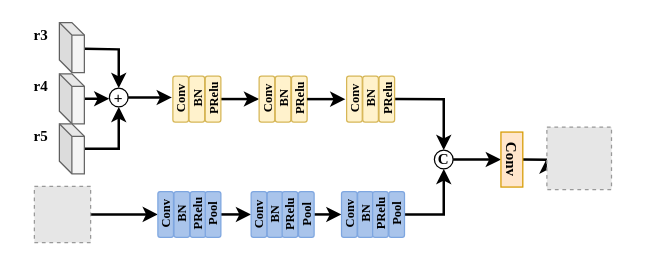
The draw.io diagram Depth eatimate.drawio in Hymhh/hymhh, before the edit. Source tidied: cells renumbered, new cells numbered last; positions are measured from the earlier drawing's top-left corner, leaving out a move shared by most shapes. Both pictures are drawn from the tidied source at 125%, with x=0, y=0 at pixel (21, 21). Pictures stored in the file or linked from it are replaced by grey dashed boxes.
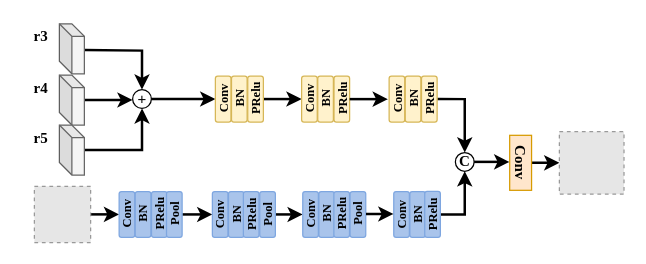
After the change.

What changed in the source:
```diff
@@
-    <mxCell id="2" style="edgeStyle=orthogonalEdgeStyle;rounded=0;jettySize=auto;html=1;exitX=1;exitY=0.5;exitDx=0;exitDy=0;strokeWidth=2;" parent="1" edge="1" source="3">
-      <mxGeometry relative="1" as="geometry">
-        <mxPoint x="120" y="60.4" as="targetPoint" />
-      </mxGeometry>
-    </mxCell>
+    <mxCell id="47" style="edgeStyle=orthogonalEdgeStyle;rounded=0;jettySize=auto;html=1;exitX=1;exitY=0.5;exitDx=0;exitDy=0;entryX=0.5;entryY=0;entryDx=0;entryDy=0;strokeColor=#000000;strokeWidth=2;" parent="1" edge="1" source="3" target="20">
+      <mxGeometry relative="1" as="geometry" />
+    </mxCell>
     <mxCell id="3" value="+" style="ellipse;whiteSpace=wrap;html=1;strokeColor=#000000;fillColor=none;" parent="1" vertex="1">
-      <mxGeometry x="70" y="53" width="15" height="15" as="geometry" />
+      <mxGeometry x="88.6" y="54.2" width="15" height="15" as="geometry" />
     </mxCell>
     <mxCell id="4" style="edgeStyle=orthogonalEdgeStyle;rounded=0;jettySize=auto;html=1;exitX=0;exitY=0;exitDx=20;exitDy=25;exitPerimeter=0;entryX=0.5;entryY=0;entryDx=0;entryDy=0;strokeColor=#000000;strokeWidth=2;" parent="1" edge="1" target="3">
       <mxGeometry relative="1" as="geometry">
-        <mxPoint x="50" y="21.5" as="sourcePoint" />
+        <mxPoint x="50" y="22.5" as="sourcePoint" />
       </mxGeometry>
     </mxCell>
-    <mxCell id="5" style="edgeStyle=orthogonalEdgeStyle;rounded=0;orthogonalLoop=1;jettySize=auto;html=1;exitX=0;exitY=0;exitDx=20;exitDy=25;exitPerimeter=0;strokeColor=#000000;strokeWidth=2;" parent="1" edge="1">
+    <mxCell id="5" style="edgeStyle=orthogonalEdgeStyle;rounded=0;jettySize=auto;html=1;exitX=0;exitY=0;exitDx=20;exitDy=25;exitPerimeter=0;strokeColor=#000000;strokeWidth=2;entryX=0;entryY=0.5;entryDx=0;entryDy=0;" parent="1" edge="1" target="3">
       <mxGeometry relative="1" as="geometry">
-        <mxPoint x="50" y="61.5" as="sourcePoint" />
-        <mxPoint x="70" y="61.6" as="targetPoint" />
+        <mxPoint x="50" y="62.5" as="sourcePoint" />
       </mxGeometry>
     </mxCell>
     <mxCell id="6" style="edgeStyle=orthogonalEdgeStyle;rounded=0;jettySize=auto;html=1;exitX=0;exitY=0;exitDx=20;exitDy=25;exitPerimeter=0;entryX=0.5;entryY=1;entryDx=0;entryDy=0;strokeColor=#000000;strokeWidth=2;" parent="1" edge="1" target="3">
       <mxGeometry relative="1" as="geometry">
-        <mxPoint x="50" y="101.5" as="sourcePoint" />
+        <mxPoint x="50" y="102.5" as="sourcePoint" />
         <Array as="points">
-          <mxPoint x="78" y="102" />
+          <mxPoint x="96" y="102" />
         </Array>
       </mxGeometry>
     </mxCell>
-    <mxCell id="7" style="edgeStyle=orthogonalEdgeStyle;rounded=0;jettySize=auto;html=1;exitX=1;exitY=0.5;exitDx=0;exitDy=0;strokeWidth=2;" parent="1" edge="1" source="8" target="13">
-      <mxGeometry relative="1" as="geometry" />
-    </mxCell>
+    <mxCell id="48" style="edgeStyle=orthogonalEdgeStyle;rounded=0;jettySize=auto;html=1;exitX=1;exitY=0.5;exitDx=0;exitDy=0;strokeColor=#000000;strokeWidth=2;" parent="1" edge="1" source="8">
+      <mxGeometry relative="1" as="geometry">
+        <mxPoint x="390" y="111.9" as="targetPoint" />
+      </mxGeometry>
+    </mxCell>
     <mxCell id="8" value="&lt;b&gt;&lt;font face=&quot;Times New Roman&quot;&gt;C&lt;/font&gt;&lt;/b&gt;" style="ellipse;whiteSpace=wrap;html=1;strokeColor=#000000;fillColor=none;" parent="1" vertex="1">
-      <mxGeometry x="330" y="102.6" width="15" height="15" as="geometry" />
+      <mxGeometry x="346.8" y="104.5" width="15" height="15" as="geometry" />
     </mxCell>
     <mxCell id="9" style="shape=cube;whiteSpace=wrap;html=1;boundedLbl=1;backgroundOutline=1;darkOpacity=0.05;darkOpacity2=0.1;strokeColor=#666666;fillColor=#f5f5f5;size=10;fontColor=#333333;" parent="1" vertex="1">
-      <mxGeometry x="30" y="0.5" width="20" height="40" as="geometry" />
+      <mxGeometry x="30" y="1.5" width="20" height="40" as="geometry" />
     </mxCell>
     <mxCell id="10" style="shape=cube;whiteSpace=wrap;html=1;boundedLbl=1;backgroundOutline=1;darkOpacity=0.05;darkOpacity2=0.1;strokeColor=#666666;fillColor=#f5f5f5;size=10;fontColor=#333333;" parent="1" vertex="1">
-      <mxGeometry x="30" y="41.5" width="20" height="40" as="geometry" />
+      <mxGeometry x="30" y="42.5" width="20" height="40" as="geometry" />
     </mxCell>
     <mxCell id="11" style="shape=cube;whiteSpace=wrap;html=1;boundedLbl=1;backgroundOutline=1;darkOpacity=0.05;darkOpacity2=0.1;strokeColor=#666666;fillColor=#f5f5f5;size=10;fontColor=#333333;" parent="1" vertex="1">
-      <mxGeometry x="30" y="81.5" width="20" height="40" as="geometry" />
+      <mxGeometry x="30" y="82.5" width="20" height="40" as="geometry" />
     </mxCell>
-    <mxCell id="12" style="edgeStyle=orthogonalEdgeStyle;rounded=0;jettySize=auto;html=1;exitX=0.5;exitY=0;exitDx=0;exitDy=0;strokeWidth=2;" parent="1" edge="1" source="13">
-      <mxGeometry relative="1" as="geometry">
-        <mxPoint x="420" y="109.2" as="targetPoint" />
-      </mxGeometry>
-    </mxCell>
+    <mxCell id="49" style="edgeStyle=orthogonalEdgeStyle;rounded=0;jettySize=auto;html=1;exitX=0.5;exitY=0;exitDx=0;exitDy=0;entryX=0;entryY=0.5;entryDx=0;entryDy=0;strokeColor=#000000;strokeWidth=2;" parent="1" edge="1" source="13" target="19">
+      <mxGeometry relative="1" as="geometry" />
+    </mxCell>
     <mxCell id="13" value="&lt;p style=&quot;line-height: 60%&quot;&gt;&lt;span&gt;&lt;b&gt;&lt;font style=&quot;font-size: 12px&quot; face=&quot;Times New Roman&quot;&gt;Conv&lt;/font&gt;&lt;/b&gt;&lt;/span&gt;&lt;br&gt;&lt;/p&gt;" style="rounded=0;whiteSpace=wrap;html=1;strokeColor=#d79b00;fillColor=#ffe6cc;writing-mode=tb-rl;rotation=90;" parent="1" vertex="1">
-      <mxGeometry x="370" y="101.4" width="44" height="17.5" as="geometry" />
+      <mxGeometry x="377" y="104" width="44" height="17.5" as="geometry" />
     </mxCell>
@@
     <mxCell id="16" value="&lt;b&gt;&lt;font face=&quot;Times New Roman&quot;&gt;r3&lt;/font&gt;&lt;/b&gt;" style="text;html=1;align=center;verticalAlign=middle;fillColor=none;strokeColor=none;rounded=0;" parent="1" vertex="1">
-      <mxGeometry y="0.5" width="30" height="20" as="geometry" />
+      <mxGeometry y="1.5" width="30" height="20" as="geometry" />
     </mxCell>
     <mxCell id="17" value="&lt;font face=&quot;Times New Roman&quot;&gt;&lt;b&gt;r4&lt;/b&gt;&lt;/font&gt;" style="text;html=1;align=center;verticalAlign=middle;fillColor=none;strokeColor=none;rounded=0;" parent="1" vertex="1">
-      <mxGeometry y="41.5" width="30" height="20" as="geometry" />
+      <mxGeometry y="42.5" width="30" height="20" as="geometry" />
     </mxCell>
     <mxCell id="18" value="&lt;font face=&quot;Times New Roman&quot;&gt;&lt;b&gt;r5&lt;/b&gt;&lt;/font&gt;" style="text;html=1;align=center;verticalAlign=middle;fillColor=none;strokeColor=none;rounded=0;" parent="1" vertex="1">
-      <mxGeometry y="81.5" width="30" height="20" as="geometry" />
+      <mxGeometry y="82.5" width="30" height="20" as="geometry" />
     </mxCell>
     <mxCell id="19" style="fillColor=#E6E6E6;strokeColor=#999999;dashed=1;verticalLabelPosition=bottom;labelBackgroundColor=#ffffff;verticalAlign=top;" parent="1" vertex="1">
-      <mxGeometry x="420" y="84.1" width="51.7" height="50" as="geometry" />
+      <mxGeometry x="430" y="87.8" width="51.7" height="50" as="geometry" />
     </mxCell>
     <mxCell id="20" value="&lt;font face=&quot;Times New Roman&quot; size=&quot;1&quot;&gt;&lt;b&gt;Conv&lt;/b&gt;&lt;/font&gt;" style="rounded=1;whiteSpace=wrap;html=1;strokeColor=#d6b656;fillColor=#fff2cc;rotation=-90;" parent="1" vertex="1">
-      <mxGeometry x="108.7" y="55.5" width="36.7" height="12.5" as="geometry" />
+      <mxGeometry x="142.7" y="55.5" width="36.7" height="12.5" as="geometry" />
     </mxCell>
-    <mxCell id="21" style="edgeStyle=orthogonalEdgeStyle;rounded=0;jettySize=auto;html=1;entryX=0.5;entryY=0;entryDx=0;entryDy=0;strokeWidth=2;exitX=0.5;exitY=1;exitDx=0;exitDy=0;" parent="1" edge="1" source="30" target="8">
-      <mxGeometry relative="1" as="geometry" />
-    </mxCell>
     <mxCell id="22" value="&lt;font face=&quot;Times New Roman&quot; size=&quot;1&quot;&gt;&lt;b&gt;BN&lt;/b&gt;&lt;/font&gt;" style="rounded=1;whiteSpace=wrap;html=1;strokeColor=#d6b656;fillColor=#fff2cc;rotation=-90;" parent="1" vertex="1">
-      <mxGeometry x="121.6" y="55.5" width="36.7" height="12.5" as="geometry" />
+      <mxGeometry x="155.6" y="55.5" width="36.7" height="12.5" as="geometry" />
     </mxCell>
@@
     <mxCell id="24" value="&lt;font face=&quot;Times New Roman&quot; size=&quot;1&quot;&gt;&lt;b&gt;PRelu&lt;/b&gt;&lt;/font&gt;" style="rounded=1;whiteSpace=wrap;html=1;strokeColor=#d6b656;fillColor=#fff2cc;rotation=-90;" parent="1" vertex="1">
-      <mxGeometry x="134.6" y="55.5" width="36.7" height="12.5" as="geometry" />
+      <mxGeometry x="168.6" y="55.5" width="36.7" height="12.5" as="geometry" />
     </mxCell>
     <mxCell id="25" value="&lt;font face=&quot;Times New Roman&quot; size=&quot;1&quot;&gt;&lt;b&gt;Conv&lt;/b&gt;&lt;/font&gt;" style="rounded=1;whiteSpace=wrap;html=1;strokeColor=#d6b656;fillColor=#fff2cc;rotation=-90;" parent="1" vertex="1">
-      <mxGeometry x="177.7" y="55.5" width="36.7" height="12.5" as="geometry" />
+      <mxGeometry x="211.7" y="55.5" width="36.7" height="12.5" as="geometry" />
     </mxCell>
     <mxCell id="26" value="&lt;font face=&quot;Times New Roman&quot; size=&quot;1&quot;&gt;&lt;b&gt;BN&lt;/b&gt;&lt;/font&gt;" style="rounded=1;whiteSpace=wrap;html=1;strokeColor=#d6b656;fillColor=#fff2cc;rotation=-90;" parent="1" vertex="1">
-      <mxGeometry x="190.6" y="55.5" width="36.7" height="12.5" as="geometry" />
+      <mxGeometry x="224.6" y="55.5" width="36.7" height="12.5" as="geometry" />
     </mxCell>
     <mxCell id="27" value="&lt;font face=&quot;Times New Roman&quot; size=&quot;1&quot;&gt;&lt;b&gt;PRelu&lt;/b&gt;&lt;/font&gt;" style="rounded=1;whiteSpace=wrap;html=1;strokeColor=#d6b656;fillColor=#fff2cc;rotation=-90;" parent="1" vertex="1">
-      <mxGeometry x="203.6" y="55.5" width="36.7" height="12.5" as="geometry" />
+      <mxGeometry x="237.6" y="55.5" width="36.7" height="12.5" as="geometry" />
     </mxCell>
     <mxCell id="28" value="&lt;font face=&quot;Times New Roman&quot; size=&quot;1&quot;&gt;&lt;b&gt;Conv&lt;/b&gt;&lt;/font&gt;" style="rounded=1;whiteSpace=wrap;html=1;strokeColor=#d6b656;fillColor=#fff2cc;rotation=-90;" parent="1" vertex="1">
-      <mxGeometry x="247.7" y="55.5" width="36.7" height="12.5" as="geometry" />
+      <mxGeometry x="281.7" y="55.5" width="36.7" height="12.5" as="geometry" />
     </mxCell>
     <mxCell id="29" value="&lt;font face=&quot;Times New Roman&quot; size=&quot;1&quot;&gt;&lt;b&gt;BN&lt;/b&gt;&lt;/font&gt;" style="rounded=1;whiteSpace=wrap;html=1;strokeColor=#d6b656;fillColor=#fff2cc;rotation=-90;" parent="1" vertex="1">
-      <mxGeometry x="260.6" y="55.5" width="36.7" height="12.5" as="geometry" />
+      <mxGeometry x="294.6" y="55.5" width="36.7" height="12.5" as="geometry" />
     </mxCell>
+    <mxCell id="21" style="edgeStyle=orthogonalEdgeStyle;rounded=0;jettySize=auto;html=1;exitX=0.5;exitY=1;exitDx=0;exitDy=0;entryX=0.5;entryY=0;entryDx=0;entryDy=0;strokeColor=#000000;strokeWidth=2;" parent="1" edge="1" source="30" target="8">
+      <mxGeometry relative="1" as="geometry" />
+    </mxCell>
     <mxCell id="30" value="&lt;font face=&quot;Times New Roman&quot; size=&quot;1&quot;&gt;&lt;b&gt;PRelu&lt;/b&gt;&lt;/font&gt;" style="rounded=1;whiteSpace=wrap;html=1;strokeColor=#d6b656;fillColor=#fff2cc;rotation=-90;" parent="1" vertex="1">
-      <mxGeometry x="273.6" y="55.5" width="36.7" height="12.5" as="geometry" />
+      <mxGeometry x="307.6" y="55.5" width="36.7" height="12.5" as="geometry" />
     </mxCell>
     <mxCell id="31" style="edgeStyle=orthogonalEdgeStyle;rounded=0;orthogonalLoop=1;jettySize=auto;html=1;exitX=0.5;exitY=1;exitDx=0;exitDy=0;entryX=0.5;entryY=0;entryDx=0;entryDy=0;strokeWidth=2;" parent="1" edge="1">
       <mxGeometry relative="1" as="geometry">
-        <mxPoint x="228.2" y="61.8" as="sourcePoint" />
-        <mxPoint x="258.8" y="61.8" as="targetPoint" />
+        <mxPoint x="262.2" y="61.8" as="sourcePoint" />
+        <mxPoint x="292.8" y="61.8" as="targetPoint" />
       </mxGeometry>
     </mxCell>
     <mxCell id="32" value="&lt;font face=&quot;Times New Roman&quot; size=&quot;1&quot;&gt;&lt;b&gt;Conv&lt;/b&gt;&lt;/font&gt;" style="rounded=1;whiteSpace=wrap;html=1;strokeColor=#7EA6E0;fillColor=#A9C4EB;rotation=-90;" parent="1" vertex="1">
-      <mxGeometry x="96.7" y="147.8" width="36.7" height="12.5" as="geometry" />
+      <mxGeometry x="65.7" y="147.8" width="36.7" height="12.5" as="geometry" />
     </mxCell>
     <mxCell id="33" value="&lt;font face=&quot;Times New Roman&quot; size=&quot;1&quot;&gt;&lt;b&gt;BN&lt;/b&gt;&lt;/font&gt;" style="rounded=1;whiteSpace=wrap;html=1;strokeColor=#7EA6E0;fillColor=#A9C4EB;rotation=-90;" parent="1" vertex="1">
-      <mxGeometry x="109.6" y="147.8" width="36.7" height="12.5" as="geometry" />
+      <mxGeometry x="78.6" y="147.8" width="36.7" height="12.5" as="geometry" />
     </mxCell>
     <mxCell id="34" value="&lt;font face=&quot;Times New Roman&quot; size=&quot;1&quot;&gt;&lt;b&gt;PRelu&lt;/b&gt;&lt;/font&gt;" style="rounded=1;whiteSpace=wrap;html=1;strokeColor=#7EA6E0;fillColor=#A9C4EB;rotation=-90;" parent="1" vertex="1">
-      <mxGeometry x="122.6" y="147.8" width="36.7" height="12.5" as="geometry" />
+      <mxGeometry x="91.6" y="147.8" width="36.7" height="12.5" as="geometry" />
     </mxCell>
@@
     <mxCell id="36" value="&lt;font face=&quot;Times New Roman&quot; size=&quot;1&quot;&gt;&lt;b&gt;Pool&lt;br&gt;&lt;/b&gt;&lt;/font&gt;" style="rounded=1;whiteSpace=wrap;html=1;strokeColor=#7EA6E0;fillColor=#A9C4EB;rotation=-90;" parent="1" vertex="1">
-      <mxGeometry x="134.6" y="147.8" width="36.7" height="12.5" as="geometry" />
+      <mxGeometry x="103.6" y="147.8" width="36.7" height="12.5" as="geometry" />
     </mxCell>
     <mxCell id="37" value="&lt;font face=&quot;Times New Roman&quot; size=&quot;1&quot;&gt;&lt;b&gt;Conv&lt;/b&gt;&lt;/font&gt;" style="rounded=1;whiteSpace=wrap;html=1;strokeColor=#7EA6E0;fillColor=#A9C4EB;rotation=-90;" parent="1" vertex="1">
-      <mxGeometry x="171.3" y="147.8" width="36.7" height="12.5" as="geometry" />
+      <mxGeometry x="140.3" y="147.8" width="36.7" height="12.5" as="geometry" />
     </mxCell>
     <mxCell id="38" value="&lt;font face=&quot;Times New Roman&quot; size=&quot;1&quot;&gt;&lt;b&gt;BN&lt;/b&gt;&lt;/font&gt;" style="rounded=1;whiteSpace=wrap;html=1;strokeColor=#7EA6E0;fillColor=#A9C4EB;rotation=-90;" parent="1" vertex="1">
-      <mxGeometry x="184.2" y="147.8" width="36.7" height="12.5" as="geometry" />
+      <mxGeometry x="153.2" y="147.8" width="36.7" height="12.5" as="geometry" />
     </mxCell>
     <mxCell id="39" value="&lt;font face=&quot;Times New Roman&quot; size=&quot;1&quot;&gt;&lt;b&gt;PRelu&lt;/b&gt;&lt;/font&gt;" style="rounded=1;whiteSpace=wrap;html=1;strokeColor=#7EA6E0;fillColor=#A9C4EB;rotation=-90;" parent="1" vertex="1">
-      <mxGeometry x="196.1" y="147.8" width="36.7" height="12.5" as="geometry" />
+      <mxGeometry x="165.1" y="147.8" width="36.7" height="12.5" as="geometry" />
     </mxCell>
@@
     <mxCell id="41" value="&lt;font face=&quot;Times New Roman&quot; size=&quot;1&quot;&gt;&lt;b&gt;Pool&lt;br&gt;&lt;/b&gt;&lt;/font&gt;" style="rounded=1;whiteSpace=wrap;html=1;strokeColor=#7EA6E0;fillColor=#A9C4EB;rotation=-90;" parent="1" vertex="1">
-      <mxGeometry x="209.2" y="147.8" width="36.7" height="12.5" as="geometry" />
+      <mxGeometry x="178.2" y="147.8" width="36.7" height="12.5" as="geometry" />
     </mxCell>
     <mxCell id="42" value="&lt;font face=&quot;Times New Roman&quot; size=&quot;1&quot;&gt;&lt;b&gt;Conv&lt;/b&gt;&lt;/font&gt;" style="rounded=1;whiteSpace=wrap;html=1;strokeColor=#7EA6E0;fillColor=#A9C4EB;rotation=-90;" parent="1" vertex="1">
-      <mxGeometry x="243.6" y="147.8" width="36.7" height="12.5" as="geometry" />
+      <mxGeometry x="212.6" y="147.8" width="36.7" height="12.5" as="geometry" />
     </mxCell>
     <mxCell id="43" value="&lt;font face=&quot;Times New Roman&quot; size=&quot;1&quot;&gt;&lt;b&gt;BN&lt;/b&gt;&lt;/font&gt;" style="rounded=1;whiteSpace=wrap;html=1;strokeColor=#7EA6E0;fillColor=#A9C4EB;rotation=-90;" parent="1" vertex="1">
-      <mxGeometry x="256.5" y="147.8" width="36.7" height="12.5" as="geometry" />
+      <mxGeometry x="225.5" y="147.8" width="36.7" height="12.5" as="geometry" />
     </mxCell>
     <mxCell id="44" value="&lt;font face=&quot;Times New Roman&quot; size=&quot;1&quot;&gt;&lt;b&gt;PRelu&lt;/b&gt;&lt;/font&gt;" style="rounded=1;whiteSpace=wrap;html=1;strokeColor=#7EA6E0;fillColor=#A9C4EB;rotation=-90;" parent="1" vertex="1">
-      <mxGeometry x="268.5" y="147.8" width="36.7" height="12.5" as="geometry" />
+      <mxGeometry x="237.5" y="147.8" width="36.7" height="12.5" as="geometry" />
     </mxCell>
-    <mxCell id="45" style="edgeStyle=orthogonalEdgeStyle;rounded=0;jettySize=auto;html=1;exitX=0.5;exitY=1;exitDx=0;exitDy=0;entryX=0.5;entryY=1;entryDx=0;entryDy=0;strokeColor=#000000;strokeWidth=2;" parent="1" edge="1" source="46" target="8">
-      <mxGeometry relative="1" as="geometry" />
-    </mxCell>
     <mxCell id="46" value="&lt;font face=&quot;Times New Roman&quot; size=&quot;1&quot;&gt;&lt;b&gt;Pool&lt;br&gt;&lt;/b&gt;&lt;/font&gt;" style="rounded=1;whiteSpace=wrap;html=1;strokeColor=#7EA6E0;fillColor=#A9C4EB;rotation=-90;" parent="1" vertex="1">
-      <mxGeometry x="281.5" y="147.8" width="36.7" height="12.5" as="geometry" />
+      <mxGeometry x="250.5" y="147.8" width="36.7" height="12.5" as="geometry" />
     </mxCell>
+    <mxCell id="50" value="&lt;font face=&quot;Times New Roman&quot; size=&quot;1&quot;&gt;&lt;b&gt;Conv&lt;/b&gt;&lt;/font&gt;" style="rounded=1;whiteSpace=wrap;html=1;strokeColor=#7EA6E0;fillColor=#A9C4EB;rotation=-90;" parent="1" vertex="1">
+      <mxGeometry x="285.4" y="147.8" width="36.7" height="12.5" as="geometry" />
+    </mxCell>
+    <mxCell id="51" value="&lt;font face=&quot;Times New Roman&quot; size=&quot;1&quot;&gt;&lt;b&gt;BN&lt;/b&gt;&lt;/font&gt;" style="rounded=1;whiteSpace=wrap;html=1;strokeColor=#7EA6E0;fillColor=#A9C4EB;rotation=-90;" parent="1" vertex="1">
+      <mxGeometry x="298.3" y="147.8" width="36.7" height="12.5" as="geometry" />
+    </mxCell>
+    <mxCell id="52" style="edgeStyle=orthogonalEdgeStyle;rounded=0;jettySize=auto;html=1;exitX=0.5;exitY=1;exitDx=0;exitDy=0;entryX=0.5;entryY=1;entryDx=0;entryDy=0;strokeColor=#000000;strokeWidth=2;" parent="1" edge="1" source="53" target="8">
+      <mxGeometry relative="1" as="geometry" />
+    </mxCell>
+    <mxCell id="53" value="&lt;font face=&quot;Times New Roman&quot; size=&quot;1&quot;&gt;&lt;b&gt;PRelu&lt;/b&gt;&lt;/font&gt;" style="rounded=1;whiteSpace=wrap;html=1;strokeColor=#7EA6E0;fillColor=#A9C4EB;rotation=-90;" parent="1" vertex="1">
+      <mxGeometry x="310.2" y="147.8" width="36.7" height="12.5" as="geometry" />
+    </mxCell>
+    <mxCell id="54" style="edgeStyle=orthogonalEdgeStyle;rounded=0;orthogonalLoop=1;jettySize=auto;html=1;exitX=0.5;exitY=1;exitDx=0;exitDy=0;entryX=0.5;entryY=0;entryDx=0;entryDy=0;strokeColor=#000000;strokeWidth=2;" parent="1" edge="1">
+      <mxGeometry relative="1" as="geometry">
+        <mxPoint x="275.3" y="153.7" as="sourcePoint" />
+        <mxPoint x="297.3" y="153.7" as="targetPoint" />
+      </mxGeometry>
+    </mxCell>
```
